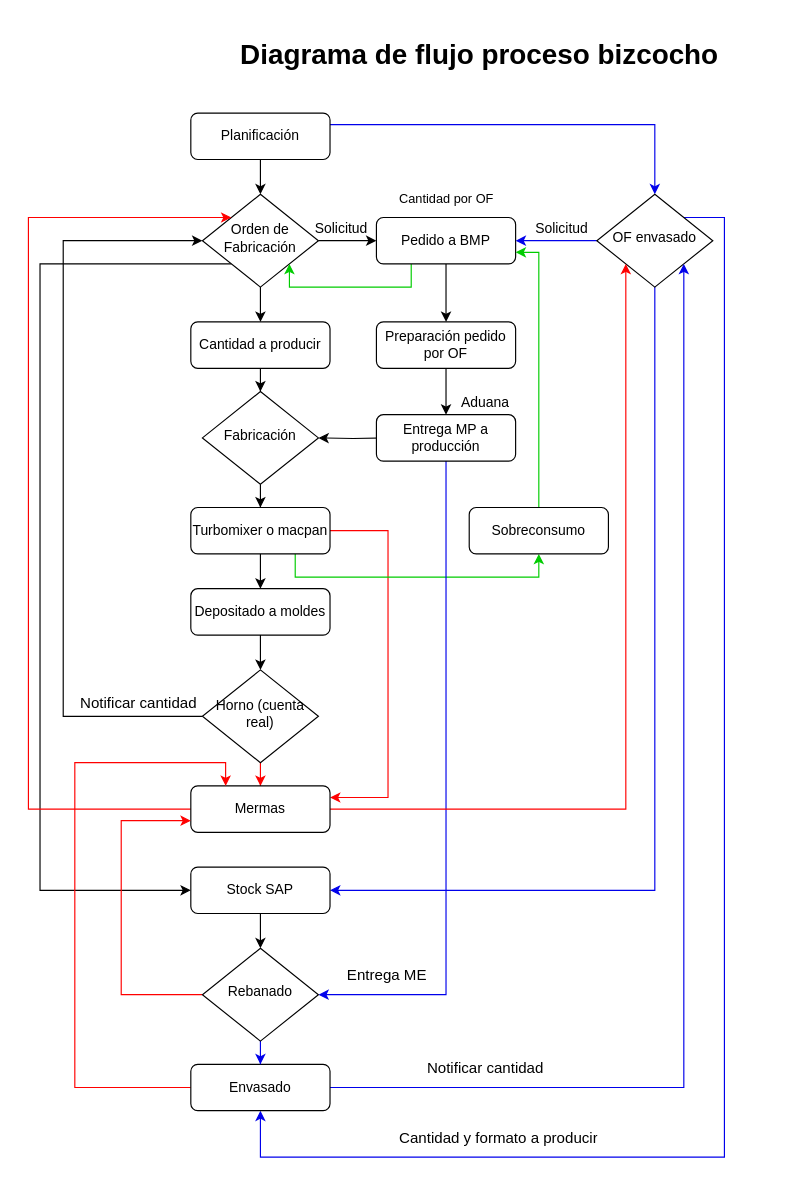
Before: Untitled Diagram.drawio in diegosaldiasq/Quinta, a draw.io diagram. Source tidied: cells renumbered, new cells numbered last; positions are measured from the earlier drawing's top-left corner, leaving out a move shared by most shapes. Both pictures are drawn from the tidied source at 116%, with x=0, y=0 at pixel (28, 31).
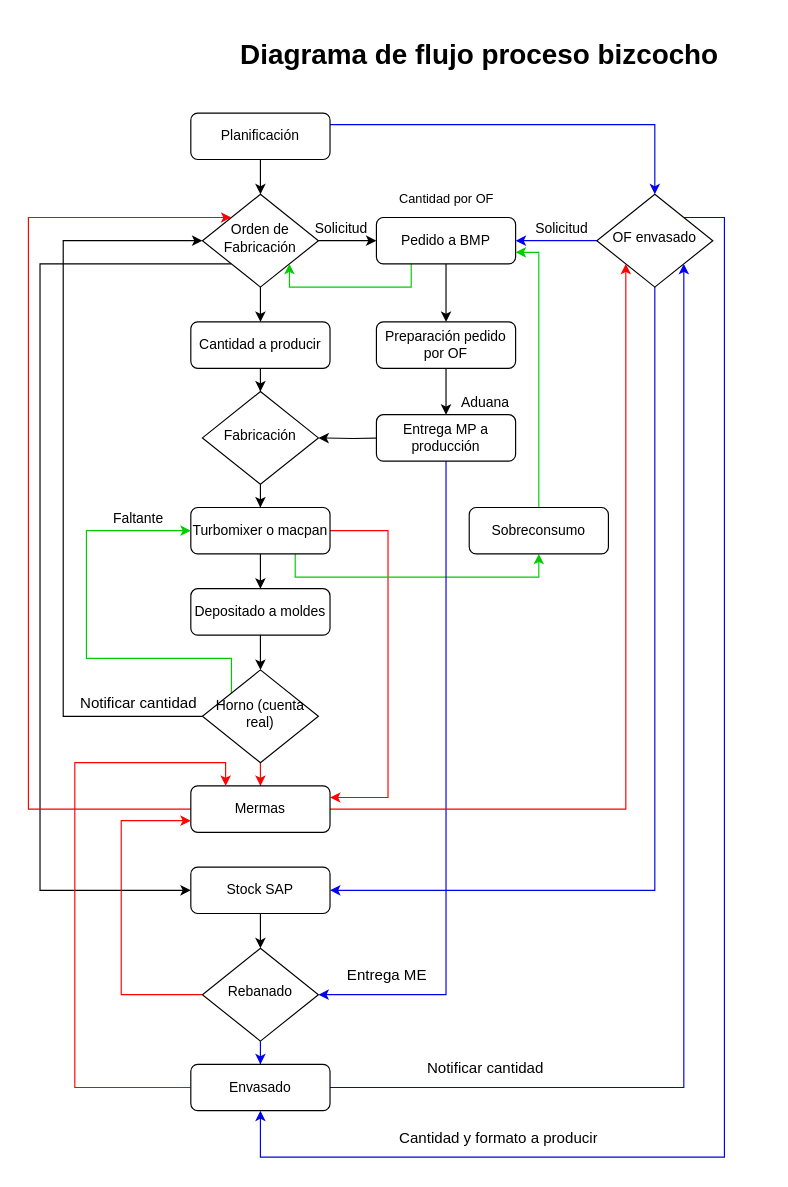
Above is the later version.

Commit message:
Completa flujo sobreconsumo

The change refers to these unchanged cells:
```xml
<mxCell id="18" value="Turbomixer o macpan" style="rounded=1;whiteSpace=wrap;html=1;fontSize=12;glass=0;strokeWidth=1;shadow=0;" parent="1" vertex="1">
  <mxGeometry x="140" y="410" width="120" height="40" as="geometry" />
</mxCell>
<mxCell id="32" value="Horno (cuenta real)" style="rhombus;whiteSpace=wrap;html=1;shadow=0;fontFamily=Helvetica;fontSize=12;align=center;strokeWidth=1;spacing=6;spacingTop=-4;" parent="1" vertex="1">
  <mxGeometry x="150" y="550" width="100" height="80" as="geometry" />
</mxCell>
```

Change to the diagram source:
```diff
@@
+    <mxCell id="57" style="edgeStyle=orthogonalEdgeStyle;rounded=0;jettySize=auto;html=1;exitX=0;exitY=0;exitDx=0;exitDy=0;entryX=0;entryY=0.5;entryDx=0;entryDy=0;strokeColor=#00CC00;" parent="1" edge="1" source="32" target="18">
+      <mxGeometry relative="1" as="geometry">
+        <Array as="points">
+          <mxPoint x="175" y="540" />
+          <mxPoint x="50" y="540" />
+          <mxPoint x="50" y="430" />
+        </Array>
+      </mxGeometry>
+    </mxCell>
@@
+    <mxCell id="58" value="Faltante" style="text;html=1;strokeColor=none;fillColor=none;align=center;verticalAlign=middle;whiteSpace=wrap;rounded=0;" parent="1" vertex="1">
+      <mxGeometry x="75" y="410" width="40" height="20" as="geometry" />
+    </mxCell>
```
